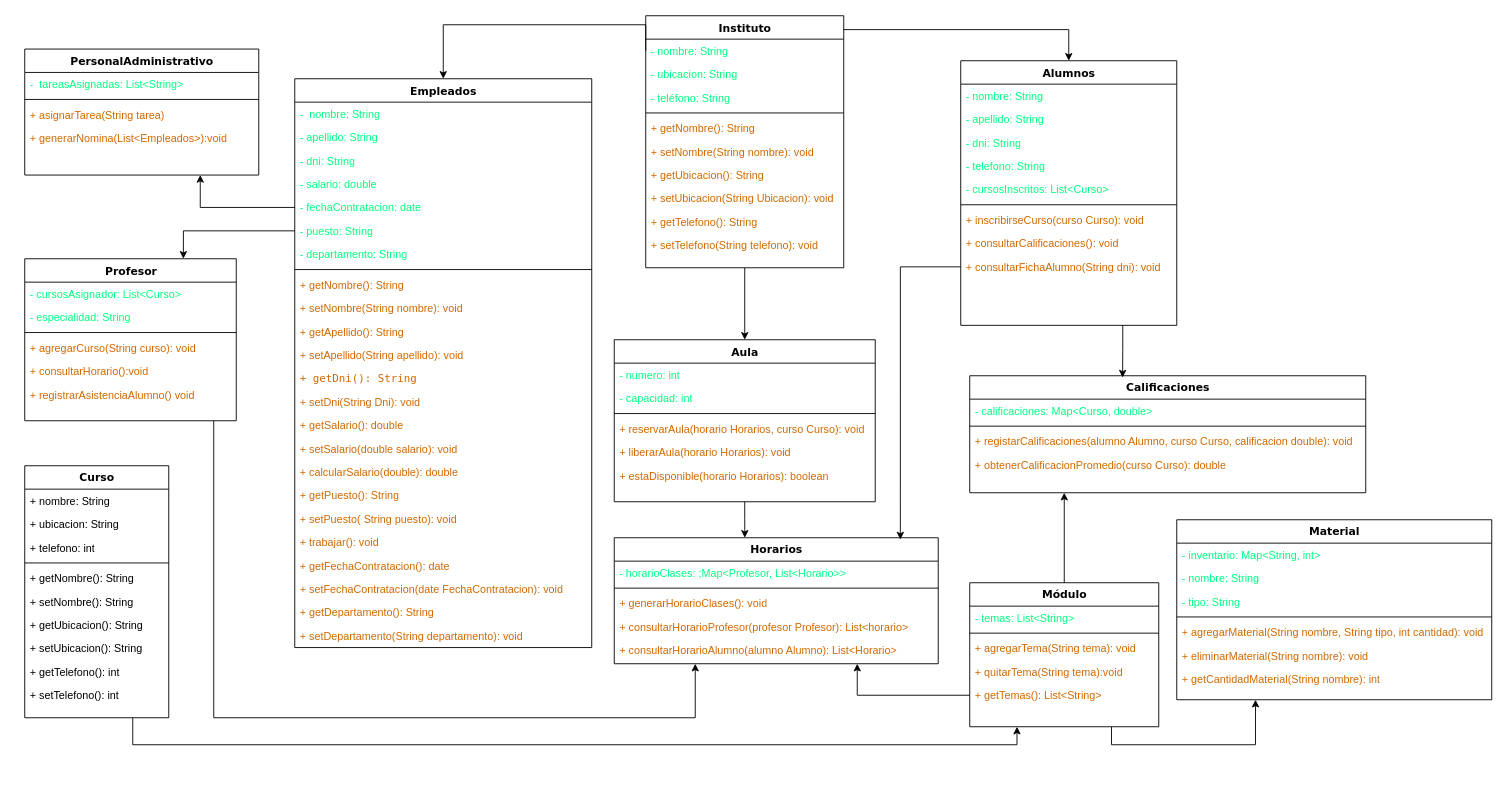
mdrp93/ENTORNOS-1-DAW keeps this draw.io diagram as DiagramaCalses.drawio. Above is the earlier version. Source tidied: cells renumbered, new cells numbered last; positions are measured from the earlier drawing's top-left corner, leaving out a move shared by most shapes. Both pictures are drawn from the tidied source at 90%, with x=0, y=0 at pixel (24, 15).
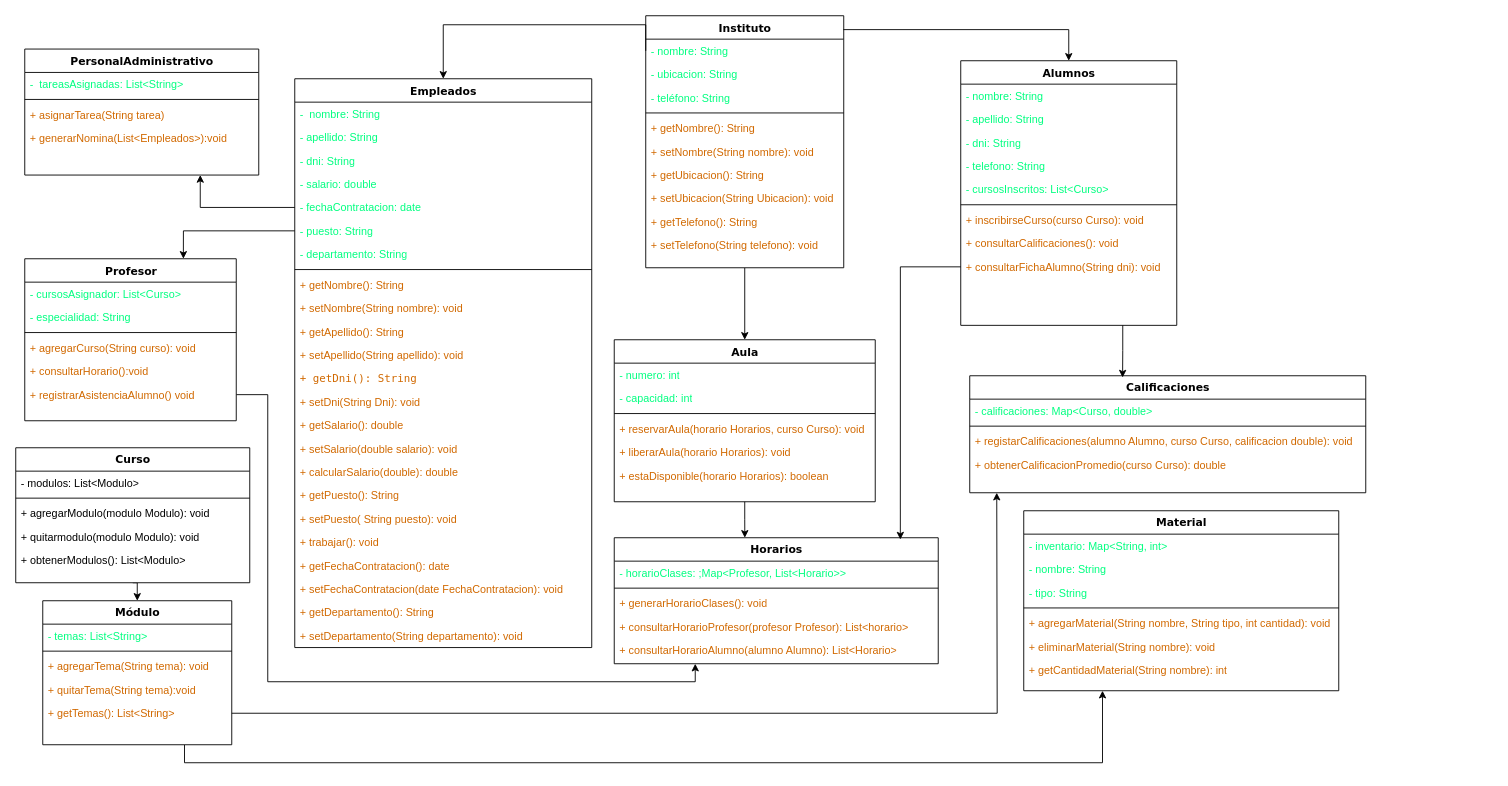
The same page after the edit.

Unchanged cells that the change refers to:
```xml
<mxCell id="21" value="+ registrarAsistenciaAlumno() void" style="text;html=1;strokeColor=none;fillColor=none;align=left;verticalAlign=top;spacingLeft=4;spacingRight=4;whiteSpace=wrap;overflow=hidden;points=[[0,0.5],[1,0.5]];portConstraint=eastwest;fontColor=#D16900;" parent="15" vertex="1">
  <mxGeometry y="138" width="235" height="26" as="geometry" />
</mxCell>
<mxCell id="71" value="+ getTemas(): List&amp;lt;String&amp;gt;" style="text;html=1;strokeColor=none;fillColor=none;align=left;verticalAlign=top;spacingLeft=4;spacingRight=4;whiteSpace=wrap;overflow=hidden;points=[[0,0.5],[1,0.5]];portConstraint=eastwest;fontColor=#D16900;" parent="66" vertex="1">
  <mxGeometry y="112" width="210" height="26" as="geometry" />
</mxCell>
<mxCell id="91" value="&lt;div&gt;&lt;span style=&quot;background-color: initial;&quot;&gt;Horarios&lt;/span&gt;&lt;/div&gt;" style="swimlane;html=1;fontStyle=1;align=center;verticalAlign=top;horizontal=1;startSize=26;swimlaneFillColor=#ffffff;rounded=0;shadow=0;comic=0;labelBackgroundColor=none;strokeWidth=1;fillColor=none;fontFamily=Verdana;fontSize=12;" parent="1" vertex="1">
  <mxGeometry x="655" y="580" width="360" height="140" as="geometry" />
</mxCell>
```

Change to the diagram source:
```diff
@@
-    <mxCell id="14" style="edgeStyle=orthogonalEdgeStyle;rounded=0;jettySize=auto;html=1;entryX=0.25;entryY=1;entryDx=0;entryDy=0;" parent="1" edge="1" target="91">
+    <mxCell id="14" style="edgeStyle=orthogonalEdgeStyle;rounded=0;jettySize=auto;html=1;entryX=0.25;entryY=1;entryDx=0;entryDy=0;exitX=1;exitY=0.5;exitDx=0;exitDy=0;" parent="1" edge="1" source="21" target="91">
       <mxGeometry relative="1" as="geometry">
-        <mxPoint x="210" y="450" as="sourcePoint" />
         <Array as="points">
-          <mxPoint x="508" y="780" />
-          <mxPoint x="1120" y="780" />
+          <mxPoint x="270" y="421" />
+          <mxPoint x="270" y="740" />
+          <mxPoint x="745" y="740" />
         </Array>
       </mxGeometry>
     </mxCell>
@@
-    <mxCell id="64" style="edgeStyle=orthogonalEdgeStyle;rounded=0;jettySize=auto;html=1;exitX=0.5;exitY=0;exitDx=0;exitDy=0;" parent="1" edge="1" source="66">
-      <mxGeometry relative="1" as="geometry">
-        <mxPoint x="1155" y="530" as="targetPoint" />
-      </mxGeometry>
-    </mxCell>
@@
     <mxCell id="66" value="Módulo&lt;div&gt;&lt;br&gt;&lt;/div&gt;" style="swimlane;html=1;fontStyle=1;align=center;verticalAlign=top;horizontal=1;startSize=26;swimlaneFillColor=#ffffff;rounded=0;shadow=0;comic=0;labelBackgroundColor=none;strokeWidth=1;fillColor=none;fontFamily=Verdana;fontSize=12;" parent="1" vertex="1">
-      <mxGeometry x="1050" y="630" width="210" height="160" as="geometry" />
+      <mxGeometry x="20" y="650" width="210" height="160" as="geometry" />
     </mxCell>
@@
+    <mxCell id="116" style="edgeStyle=orthogonalEdgeStyle;rounded=0;jettySize=auto;html=1;exitX=1;exitY=0.5;exitDx=0;exitDy=0;" parent="66" edge="1" source="71">
+      <mxGeometry relative="1" as="geometry">
+        <mxPoint x="1060" y="-120" as="targetPoint" />
+      </mxGeometry>
+    </mxCell>
@@
+    <mxCell id="108" style="edgeStyle=orthogonalEdgeStyle;rounded=0;jettySize=auto;html=1;exitX=0.5;exitY=1;exitDx=0;exitDy=0;entryX=0.5;entryY=0;entryDx=0;entryDy=0;" parent="1" edge="1" source="72" target="66">
+      <mxGeometry relative="1" as="geometry" />
+    </mxCell>
     <mxCell id="72" value="Curso&lt;div&gt;&lt;br&gt;&lt;/div&gt;" style="swimlane;html=1;fontStyle=1;align=center;verticalAlign=top;horizontal=1;startSize=26;swimlaneFillColor=#ffffff;rounded=0;shadow=0;comic=0;labelBackgroundColor=none;strokeWidth=1;fillColor=none;fontFamily=Verdana;fontSize=12;" parent="1" vertex="1">
-      <mxGeometry y="500" width="160" height="280" as="geometry" />
+      <mxGeometry x="-10" y="480" width="260" height="150" as="geometry" />
     </mxCell>
-    <mxCell id="73" value="+ nombre: String" style="text;html=1;strokeColor=none;fillColor=none;align=left;verticalAlign=top;spacingLeft=4;spacingRight=4;whiteSpace=wrap;overflow=hidden;" parent="72" vertex="1">
-      <mxGeometry y="26" width="160" height="26" as="geometry" />
+    <mxCell id="73" value="- modulos: List&amp;lt;Modulo&amp;gt;" style="text;html=1;strokeColor=none;fillColor=none;align=left;verticalAlign=top;spacingLeft=4;spacingRight=4;whiteSpace=wrap;overflow=hidden;" parent="72" vertex="1">
+      <mxGeometry y="26" width="260" height="26" as="geometry" />
     </mxCell>
-    <mxCell id="74" value="+ ubicacion: String" style="text;html=1;strokeColor=none;fillColor=none;align=left;verticalAlign=top;spacingLeft=4;spacingRight=4;whiteSpace=wrap;overflow=hidden;" parent="72" vertex="1">
-      <mxGeometry y="52" width="160" height="26" as="geometry" />
-    </mxCell>
-    <mxCell id="75" value="+ telefono: int" style="text;html=1;strokeColor=none;fillColor=none;align=left;verticalAlign=top;spacingLeft=4;spacingRight=4;whiteSpace=wrap;overflow=hidden;" parent="72" vertex="1">
-      <mxGeometry y="78" width="160" height="26" as="geometry" />
-    </mxCell>
     <mxCell id="76" style="line;html=1;strokeWidth=1;fillColor=none;align=left;verticalAlign=middle;spacingTop=-1;spacingLeft=3;spacingRight=3;labelPosition=right;" parent="72" vertex="1">
-      <mxGeometry y="104" width="160" height="8" as="geometry" />
+      <mxGeometry y="52" width="260" height="8" as="geometry" />
     </mxCell>
-    <mxCell id="77" value="+ getNombre(): String" style="text;html=1;strokeColor=none;fillColor=none;align=left;verticalAlign=top;spacingLeft=4;spacingRight=4;whiteSpace=wrap;overflow=hidden;" parent="72" vertex="1">
-      <mxGeometry y="112" width="160" height="26" as="geometry" />
+    <mxCell id="77" value="+ agregarModulo(modulo Modulo): void" style="text;html=1;strokeColor=none;fillColor=none;align=left;verticalAlign=top;spacingLeft=4;spacingRight=4;whiteSpace=wrap;overflow=hidden;" parent="72" vertex="1">
+      <mxGeometry y="60" width="260" height="26" as="geometry" />
     </mxCell>
-    <mxCell id="78" value="+ setNombre(): String" style="text;html=1;strokeColor=none;fillColor=none;align=left;verticalAlign=top;spacingLeft=4;spacingRight=4;whiteSpace=wrap;overflow=hidden;" parent="72" vertex="1">
-      <mxGeometry y="138" width="160" height="26" as="geometry" />
+    <mxCell id="78" value="+ quitarmodulo(modulo Modulo): void" style="text;html=1;strokeColor=none;fillColor=none;align=left;verticalAlign=top;spacingLeft=4;spacingRight=4;whiteSpace=wrap;overflow=hidden;" parent="72" vertex="1">
+      <mxGeometry y="86" width="260" height="26" as="geometry" />
     </mxCell>
-    <mxCell id="79" value="+ getUbicacion(): String" style="text;html=1;strokeColor=none;fillColor=none;align=left;verticalAlign=top;spacingLeft=4;spacingRight=4;whiteSpace=wrap;overflow=hidden;" parent="72" vertex="1">
-      <mxGeometry y="164" width="160" height="26" as="geometry" />
-    </mxCell>
-    <mxCell id="80" value="+ setUbicacion(): String" style="text;html=1;strokeColor=none;fillColor=none;align=left;verticalAlign=top;spacingLeft=4;spacingRight=4;whiteSpace=wrap;overflow=hidden;" parent="72" vertex="1">
-      <mxGeometry y="190" width="160" height="26" as="geometry" />
-    </mxCell>
-    <mxCell id="81" value="+ getTelefono(): int&lt;div&gt;&lt;br&gt;&lt;/div&gt;" style="text;html=1;strokeColor=none;fillColor=none;align=left;verticalAlign=top;spacingLeft=4;spacingRight=4;whiteSpace=wrap;overflow=hidden;" parent="72" vertex="1">
-      <mxGeometry y="216" width="160" height="26" as="geometry" />
-    </mxCell>
-    <mxCell id="82" value="+ setTelefono(): int&lt;div&gt;&lt;br&gt;&lt;/div&gt;" style="text;html=1;strokeColor=none;fillColor=none;align=left;verticalAlign=top;spacingLeft=4;spacingRight=4;whiteSpace=wrap;overflow=hidden;" parent="72" vertex="1">
-      <mxGeometry y="242" width="160" height="26" as="geometry" />
-    </mxCell>
+    <mxCell id="117" value="+ obtenerModulos(): List&amp;lt;Modulo&amp;gt;" style="text;html=1;strokeColor=none;fillColor=none;align=left;verticalAlign=top;spacingLeft=4;spacingRight=4;whiteSpace=wrap;overflow=hidden;" parent="72" vertex="1">
+      <mxGeometry y="112" width="260" height="26" as="geometry" />
+    </mxCell>
     <mxCell id="83" value="Material" style="swimlane;html=1;fontStyle=1;align=center;verticalAlign=top;horizontal=1;startSize=26;swimlaneFillColor=#ffffff;rounded=0;shadow=0;comic=0;labelBackgroundColor=none;strokeWidth=1;fillColor=none;fontFamily=Verdana;fontSize=12;" parent="1" vertex="1">
-      <mxGeometry x="1280" y="560" width="350" height="200" as="geometry" />
+      <mxGeometry x="1110" y="550" width="350" height="200" as="geometry" />
     </mxCell>
@@
-    <mxCell id="108" style="edgeStyle=orthogonalEdgeStyle;rounded=0;jettySize=auto;html=1;exitX=0.75;exitY=1;exitDx=0;exitDy=0;entryX=0.25;entryY=1;entryDx=0;entryDy=0;" parent="1" edge="1" source="72" target="66">
-      <mxGeometry relative="1" as="geometry" />
-    </mxCell>
@@
-    <mxCell id="114" style="edgeStyle=orthogonalEdgeStyle;rounded=0;jettySize=auto;html=1;exitX=0;exitY=0.5;exitDx=0;exitDy=0;entryX=0.75;entryY=1;entryDx=0;entryDy=0;" parent="1" edge="1" source="71" target="91">
-      <mxGeometry relative="1" as="geometry" />
-    </mxCell>
```
